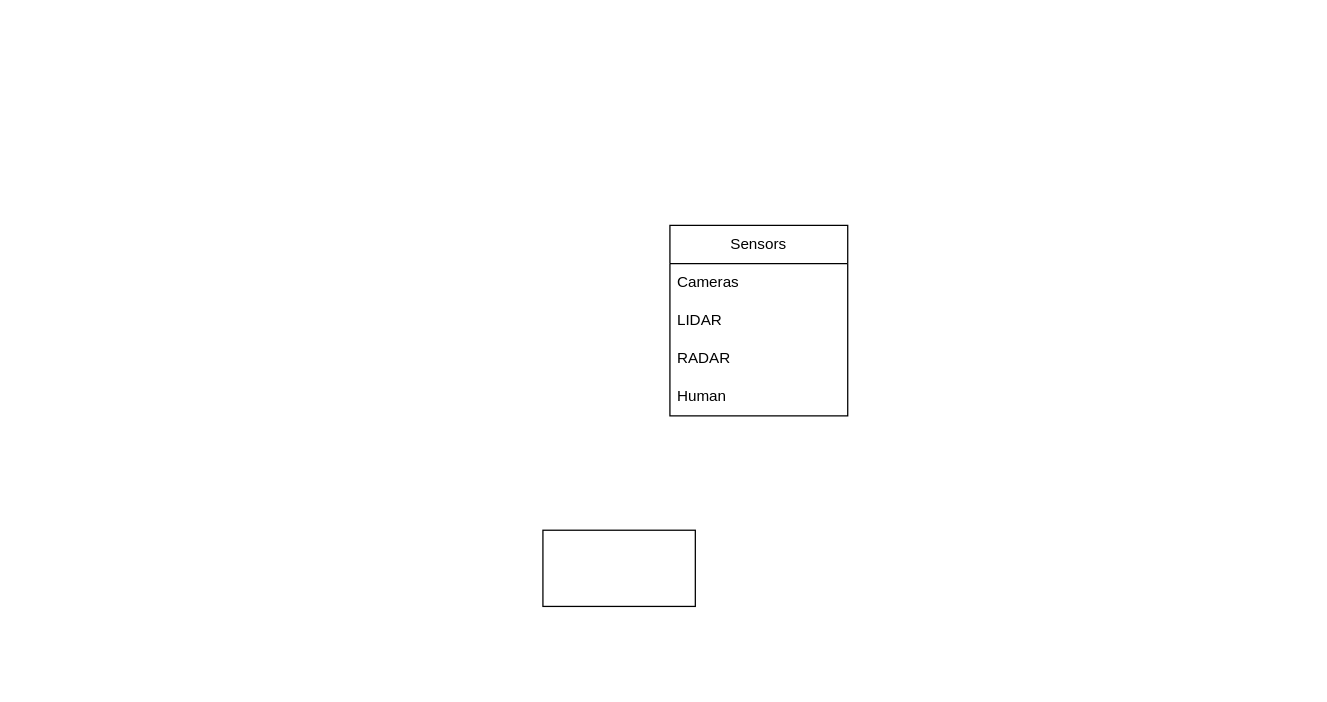
Above: Untitled Diagram.drawio in varuneranki/MBSE (draw.io), before the change. Source tidied: cells renumbered, new cells numbered last; positions are measured from the earlier drawing's top-left corner, leaving out a move shared by most shapes. Both pictures are drawn from the tidied source at 127%, with x=0, y=0 at pixel (542, 225).
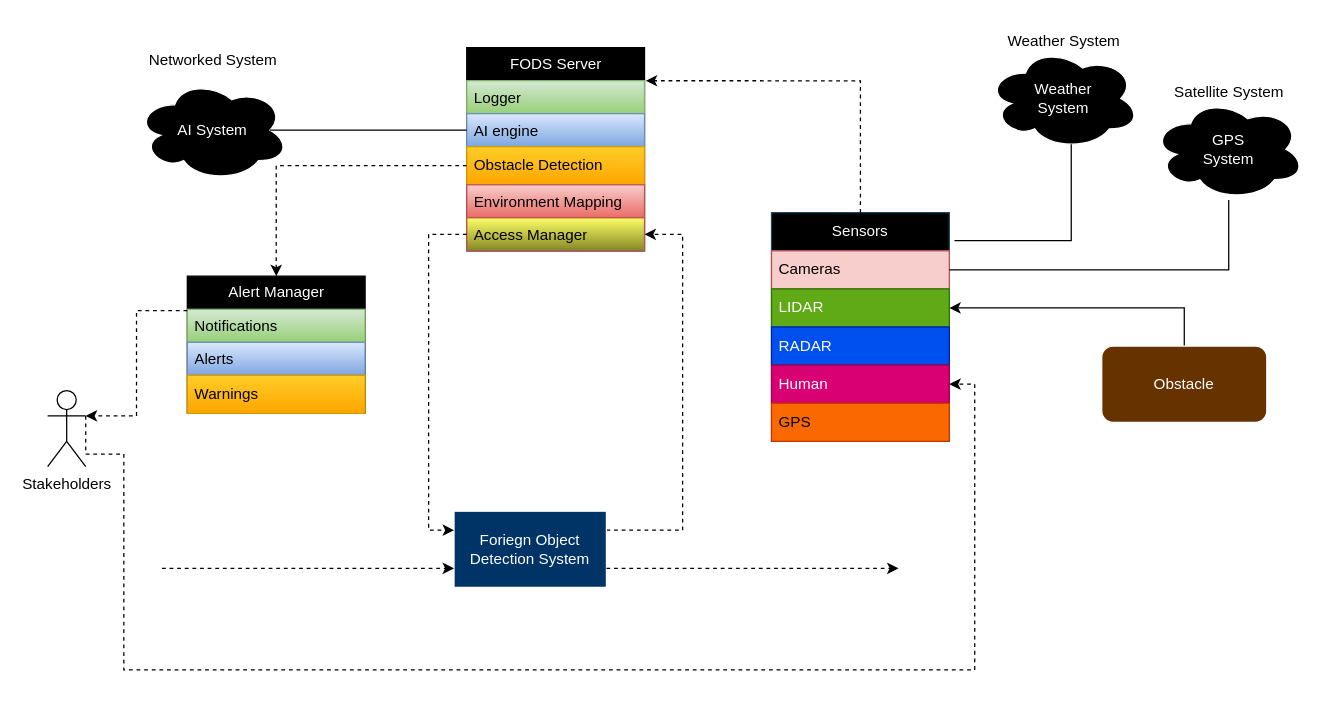
After the change.

Diff of the diagram source:
```diff
@@
-    <mxCell id="2" value="Sensors" style="swimlane;fontStyle=0;horizontal=1;startSize=30;whiteSpace=wrap;html=1;" parent="1" vertex="1">
-      <mxGeometry x="100" width="140" height="150" as="geometry" />
+    <mxCell id="2" value="Sensors" style="swimlane;fontStyle=0;horizontal=1;startSize=30;whiteSpace=wrap;html=1;fillColor=#000000;strokeColor=#23445d;fontColor=#FFFFFF;" parent="1" vertex="1">
+      <mxGeometry x="180" y="-10" width="140" height="180" as="geometry" />
     </mxCell>
-    <mxCell id="3" value="Cameras" style="text;strokeColor=none;fillColor=none;align=left;verticalAlign=middle;spacingLeft=4;spacingRight=4;overflow=hidden;points=[[0,0.5],[1,0.5]];portConstraint=eastwest;whiteSpace=wrap;html=1;" parent="2" vertex="1">
+    <mxCell id="3" value="Cameras" style="text;strokeColor=#b85450;fillColor=#f8cecc;align=left;verticalAlign=middle;spacingLeft=4;spacingRight=4;overflow=hidden;points=[[0,0.5],[1,0.5]];portConstraint=eastwest;whiteSpace=wrap;html=1;" parent="2" vertex="1">
       <mxGeometry y="30" width="140" height="30" as="geometry" />
     </mxCell>
-    <mxCell id="4" value="LIDAR" style="text;strokeColor=none;fillColor=none;align=left;verticalAlign=middle;spacingLeft=4;spacingRight=4;overflow=hidden;points=[[0,0.5],[1,0.5]];portConstraint=eastwest;whiteSpace=wrap;html=1;" parent="2" vertex="1">
+    <mxCell id="4" value="LIDAR" style="text;strokeColor=#2D7600;fillColor=#60a917;align=left;verticalAlign=middle;spacingLeft=4;spacingRight=4;overflow=hidden;points=[[0,0.5],[1,0.5]];portConstraint=eastwest;whiteSpace=wrap;html=1;fontColor=#ffffff;" parent="2" vertex="1">
       <mxGeometry y="60" width="140" height="30" as="geometry" />
     </mxCell>
-    <mxCell id="5" value="RADAR" style="text;strokeColor=none;fillColor=none;align=left;verticalAlign=middle;spacingLeft=4;spacingRight=4;overflow=hidden;whiteSpace=wrap;html=1;" parent="2" vertex="1">
+    <mxCell id="5" value="RADAR" style="text;strokeColor=#001DBC;fillColor=#0050ef;align=left;verticalAlign=middle;spacingLeft=4;spacingRight=4;overflow=hidden;whiteSpace=wrap;html=1;fontColor=#ffffff;" parent="2" vertex="1">
       <mxGeometry y="90" width="140" height="30" as="geometry" />
     </mxCell>
+    <mxCell id="8" value="Human" style="text;strokeColor=#A50040;fillColor=#d80073;align=left;verticalAlign=middle;spacingLeft=4;spacingRight=4;overflow=hidden;whiteSpace=wrap;html=1;fontColor=#ffffff;" parent="2" vertex="1">
+      <mxGeometry y="120" width="140" height="30" as="geometry" />
+    </mxCell>
-    <mxCell id="6" value="Human" style="text;strokeColor=none;fillColor=none;align=left;verticalAlign=middle;spacingLeft=4;spacingRight=4;overflow=hidden;whiteSpace=wrap;html=1;" parent="2" vertex="1">
-      <mxGeometry y="120" width="140" height="30" as="geometry" />
+    <mxCell id="6" value="GPS" style="text;strokeColor=#C73500;fillColor=#fa6800;align=left;verticalAlign=middle;spacingLeft=4;spacingRight=4;overflow=hidden;whiteSpace=wrap;html=1;fontColor=#000000;" parent="2" vertex="1">
+      <mxGeometry y="150" width="140" height="30" as="geometry" />
     </mxCell>
+    <mxCell id="9" style="edgeStyle=orthogonalEdgeStyle;rounded=0;jettySize=auto;html=1;exitX=1;exitY=0.25;exitDx=0;exitDy=0;entryX=1;entryY=0.5;entryDx=0;entryDy=0;dashed=1;" parent="1" edge="1" source="7" target="20">
+      <mxGeometry relative="1" as="geometry">
+        <Array as="points">
+          <mxPoint x="110" y="240" />
+          <mxPoint x="110" y="7" />
+        </Array>
+      </mxGeometry>
+    </mxCell>
-    <mxCell id="7" style="rounded=0;whiteSpace=wrap;html=1;" parent="1" vertex="1">
-      <mxGeometry y="240" width="120" height="60" as="geometry" />
+    <mxCell id="7" value="Foriegn Object Detection System" style="rounded=0;whiteSpace=wrap;html=1;strokeColor=#FFFFFF;fillColor=#003366;fontColor=#FFFFFF;" parent="1" vertex="1">
+      <mxGeometry x="-70" y="225" width="120" height="60" as="geometry" />
     </mxCell>
+    <mxCell id="10" style="endArrow=classic;html=1;rounded=0;entryX=0;entryY=0.75;entryDx=0;entryDy=0;dashed=1;" parent="1" edge="1" target="7">
+      <mxGeometry relative="1" as="geometry">
+        <mxPoint x="-300" y="270" as="sourcePoint" />
+      </mxGeometry>
+    </mxCell>
+    <mxCell id="11" style="endArrow=classic;html=1;rounded=0;exitX=1;exitY=0.75;exitDx=0;exitDy=0;dashed=1;" parent="1" edge="1" source="7">
+      <mxGeometry relative="1" as="geometry">
+        <mxPoint x="280" y="270" as="targetPoint" />
+      </mxGeometry>
+    </mxCell>
+    <mxCell id="12" style="edgeStyle=orthogonalEdgeStyle;rounded=0;jettySize=auto;html=1;entryX=1;entryY=0.5;entryDx=0;entryDy=0;" parent="1" edge="1" source="13" target="4">
+      <mxGeometry relative="1" as="geometry" />
+    </mxCell>
+    <mxCell id="13" value="Obstacle" style="rounded=1;whiteSpace=wrap;html=1;strokeColor=#FFFFFF;fillColor=#663300;gradientColor=none;fontColor=#FFFFFF;" parent="1" vertex="1">
+      <mxGeometry x="440" y="95" width="130" height="60" as="geometry" />
+    </mxCell>
+    <mxCell id="14" style="edgeStyle=orthogonalEdgeStyle;rounded=0;jettySize=auto;html=1;entryX=1;entryY=0.5;entryDx=0;entryDy=0;endArrow=none;endFill=0;" parent="1" edge="1" source="35" target="3">
+      <mxGeometry relative="1" as="geometry" />
+    </mxCell>
+    <mxCell id="15" value="FOD&lt;span style=&quot;background-color: initial;&quot;&gt;S&amp;nbsp;&lt;/span&gt;&lt;span style=&quot;background-color: initial;&quot;&gt;Server&lt;/span&gt;" style="swimlane;fontStyle=0;horizontal=1;startSize=26;fillColor=#000000;html=1;fontColor=#FFFFFF;" parent="1" vertex="1">
+      <mxGeometry x="-60" y="-140" width="140" height="160" as="geometry" />
+    </mxCell>
+    <mxCell id="16" value="Logger" style="text;strokeColor=#82b366;fillColor=#d5e8d4;align=left;verticalAlign=top;spacingLeft=4;spacingRight=4;overflow=hidden;whiteSpace=wrap;html=1;gradientColor=#97d077;" parent="15" vertex="1">
+      <mxGeometry y="26" width="140" height="26" as="geometry" />
+    </mxCell>
+    <mxCell id="17" value="AI engine" style="text;strokeColor=#6c8ebf;fillColor=#dae8fc;align=left;verticalAlign=top;spacingLeft=4;spacingRight=4;overflow=hidden;points=[[0,0.5],[1,0.5]];portConstraint=eastwest;whiteSpace=wrap;html=1;gradientColor=#7ea6e0;" parent="15" vertex="1">
+      <mxGeometry y="52" width="140" height="26" as="geometry" />
+    </mxCell>
+    <mxCell id="18" value="Obstacle Detection" style="text;strokeColor=#d79b00;fillColor=#ffcd28;align=left;verticalAlign=middle;spacingLeft=4;spacingRight=4;overflow=hidden;points=[[0,0.5],[1,0.5]];portConstraint=eastwest;whiteSpace=wrap;html=1;gradientColor=#ffa500;" parent="15" vertex="1">
+      <mxGeometry y="78" width="140" height="30" as="geometry" />
+    </mxCell>
+    <mxCell id="19" value="Environment Mapping" style="text;strokeColor=#b85450;fillColor=#f8cecc;align=left;verticalAlign=top;spacingLeft=4;spacingRight=4;overflow=hidden;whiteSpace=wrap;html=1;gradientColor=#ea6b66;" parent="15" vertex="1">
+      <mxGeometry y="108" width="140" height="26" as="geometry" />
+    </mxCell>
+    <mxCell id="20" value="Access Manager" style="text;strokeColor=#b85450;fillColor=#FFFF66;align=left;verticalAlign=top;spacingLeft=4;spacingRight=4;overflow=hidden;points=[[0,0.5],[1,0.5]];portConstraint=eastwest;whiteSpace=wrap;html=1;gradientColor=#838726;" parent="15" vertex="1">
+      <mxGeometry y="134" width="140" height="26" as="geometry" />
+    </mxCell>
+    <mxCell id="21" style="edgeStyle=orthogonalEdgeStyle;rounded=0;jettySize=auto;html=1;exitX=0.5;exitY=0;exitDx=0;exitDy=0;entryX=1.007;entryY=0.163;entryDx=0;entryDy=0;entryPerimeter=0;dashed=1;" parent="1" edge="1" source="2" target="15">
+      <mxGeometry relative="1" as="geometry" />
+    </mxCell>
+    <mxCell id="22" value="AI System" style="ellipse;shape=cloud;whiteSpace=wrap;html=1;fontColor=#FFFFFF;fillColor=#000000;strokeColor=#FFFFFF;" parent="1" vertex="1">
+      <mxGeometry x="-320" y="-115" width="120" height="80" as="geometry" />
+    </mxCell>
+    <mxCell id="23" style="edgeStyle=orthogonalEdgeStyle;rounded=0;jettySize=auto;html=1;exitX=0;exitY=0.5;exitDx=0;exitDy=0;entryX=0.875;entryY=0.5;entryDx=0;entryDy=0;entryPerimeter=0;endArrow=none;endFill=0;" parent="1" edge="1" source="17" target="22">
+      <mxGeometry relative="1" as="geometry" />
+    </mxCell>
+    <mxCell id="24" value="Alert Manager" style="swimlane;fontStyle=0;horizontal=1;startSize=26;fillColor=#000000;html=1;fontColor=#FFFFFF;" parent="1" vertex="1">
+      <mxGeometry x="-280" y="40" width="140" height="108" as="geometry" />
+    </mxCell>
+    <mxCell id="25" value="Notifications" style="text;strokeColor=#82b366;fillColor=#d5e8d4;align=left;verticalAlign=top;spacingLeft=4;spacingRight=4;overflow=hidden;whiteSpace=wrap;html=1;gradientColor=#97d077;" parent="24" vertex="1">
+      <mxGeometry y="26" width="140" height="26" as="geometry" />
+    </mxCell>
+    <mxCell id="26" value="Alerts" style="text;strokeColor=#6c8ebf;fillColor=#dae8fc;align=left;verticalAlign=top;spacingLeft=4;spacingRight=4;overflow=hidden;whiteSpace=wrap;html=1;gradientColor=#7ea6e0;" parent="24" vertex="1">
+      <mxGeometry y="52" width="140" height="26" as="geometry" />
+    </mxCell>
+    <mxCell id="27" value="Warnings" style="text;strokeColor=#d79b00;fillColor=#ffcd28;align=left;verticalAlign=middle;spacingLeft=4;spacingRight=4;overflow=hidden;whiteSpace=wrap;html=1;gradientColor=#ffa500;" parent="24" vertex="1">
+      <mxGeometry y="78" width="140" height="30" as="geometry" />
+    </mxCell>
+    <mxCell id="28" style="edgeStyle=orthogonalEdgeStyle;rounded=0;jettySize=auto;html=1;exitX=0;exitY=0.5;exitDx=0;exitDy=0;entryX=0.5;entryY=0;entryDx=0;entryDy=0;dashed=1;" parent="1" edge="1" source="18" target="24">
+      <mxGeometry relative="1" as="geometry" />
+    </mxCell>
+    <mxCell id="29" style="edgeStyle=orthogonalEdgeStyle;rounded=0;jettySize=auto;html=1;exitX=1;exitY=0.3333333333333333;exitDx=0;exitDy=0;exitPerimeter=0;entryX=1;entryY=0.75;entryDx=0;entryDy=0;dashed=1;" parent="1" edge="1" source="30" target="2">
+      <mxGeometry relative="1" as="geometry">
+        <Array as="points">
+          <mxPoint x="-360" y="180" />
+          <mxPoint x="-330" y="180" />
+          <mxPoint x="-330" y="350" />
+          <mxPoint x="340" y="350" />
+          <mxPoint x="340" y="125" />
+        </Array>
+      </mxGeometry>
+    </mxCell>
+    <mxCell id="30" value="Stakeholders" style="shape=umlActor;verticalLabelPosition=bottom;verticalAlign=top;html=1;outlineConnect=0;" parent="1" vertex="1">
+      <mxGeometry x="-390" y="130" width="30" height="60" as="geometry" />
+    </mxCell>
+    <mxCell id="31" style="edgeStyle=orthogonalEdgeStyle;rounded=0;jettySize=auto;html=1;exitX=0;exitY=0.25;exitDx=0;exitDy=0;entryX=1;entryY=0.3333333333333333;entryDx=0;entryDy=0;entryPerimeter=0;dashed=1;" parent="1" edge="1" source="24" target="30">
+      <mxGeometry relative="1" as="geometry" />
+    </mxCell>
+    <mxCell id="32" value="Networked System" style="text;html=1;align=center;verticalAlign=middle;strokeColor=none;fillColor=none;" parent="1" vertex="1">
+      <mxGeometry x="-320" y="-145" width="120" height="30" as="geometry" />
+    </mxCell>
+    <mxCell id="33" style="edgeStyle=orthogonalEdgeStyle;rounded=0;jettySize=auto;html=1;exitX=0;exitY=0.5;exitDx=0;exitDy=0;entryX=0;entryY=0.25;entryDx=0;entryDy=0;dashed=1;" parent="1" edge="1" source="20" target="7">
+      <mxGeometry relative="1" as="geometry" />
+    </mxCell>
+    <mxCell id="34" style="group;" parent="1" vertex="1">
+      <mxGeometry x="480" y="-120" width="120" height="100" as="geometry" />
+    </mxCell>
+    <mxCell id="35" value="GPS&lt;div&gt;System&lt;/div&gt;" style="ellipse;shape=cloud;whiteSpace=wrap;html=1;fontColor=#FFFFFF;strokeColor=#FFFFFF;fillColor=#000000;" parent="34" vertex="1">
+      <mxGeometry y="20" width="120" height="80" as="geometry" />
+    </mxCell>
+    <mxCell id="36" value="Satellite System" style="text;html=1;align=center;verticalAlign=middle;strokeColor=none;fillColor=none;" parent="34" vertex="1">
+      <mxGeometry x="5" width="110" height="30" as="geometry" />
+    </mxCell>
+    <mxCell id="37" style="group;" parent="1" vertex="1">
+      <mxGeometry x="350" y="-160" width="120" height="100" as="geometry" />
+    </mxCell>
+    <mxCell id="38" value="&lt;div&gt;Weather&lt;/div&gt;&lt;div&gt;&lt;span style=&quot;background-color: initial;&quot;&gt;System&lt;/span&gt;&lt;/div&gt;" style="ellipse;shape=cloud;whiteSpace=wrap;html=1;fontColor=#FFFFFF;strokeColor=#FFFFFF;fillColor=#000000;" parent="37" vertex="1">
+      <mxGeometry y="20" width="120" height="80" as="geometry" />
+    </mxCell>
+    <mxCell id="39" value="Weather System" style="text;html=1;align=center;verticalAlign=middle;strokeColor=none;fillColor=none;" parent="37" vertex="1">
+      <mxGeometry x="5" width="110" height="30" as="geometry" />
+    </mxCell>
+    <mxCell id="40" style="edgeStyle=orthogonalEdgeStyle;rounded=0;jettySize=auto;html=1;exitX=0.55;exitY=0.95;exitDx=0;exitDy=0;exitPerimeter=0;entryX=1.029;entryY=0.122;entryDx=0;entryDy=0;entryPerimeter=0;endArrow=none;endFill=0;" parent="1" edge="1" source="38" target="2">
+      <mxGeometry relative="1" as="geometry">
+        <Array as="points">
+          <mxPoint x="416" y="12" />
+        </Array>
+      </mxGeometry>
+    </mxCell>
```
